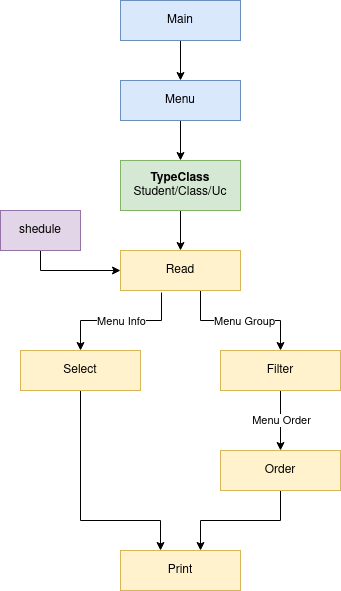
Above: uml.drawio.png in duardoliveiras/university-planner (draw.io), before the change. Source tidied: cells renumbered, new cells last; positions are measured from the earlier drawing's top-left corner, leaving out a move shared by most shapes.
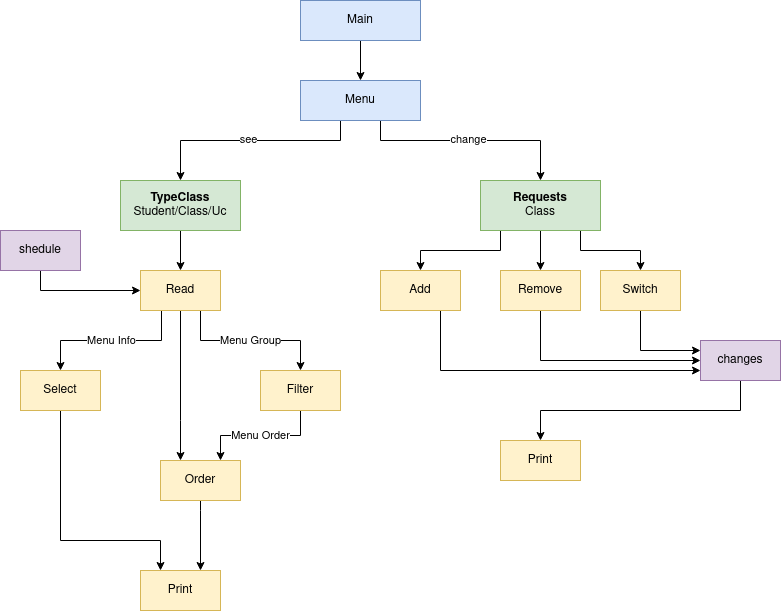
Above is the later version.

Change to the diagram source:
```diff
@@ -3,97 +3,199 @@
     <mxCell id="0" />
     <mxCell id="1" parent="0" />
     <mxCell id="2" style="edgeStyle=orthogonalEdgeStyle;rounded=0;jettySize=auto;html=1;" parent="1" edge="1" source="3" target="5">
-      <mxGeometry relative="1" as="geometry" />
+      <mxGeometry relative="1" as="geometry">
+        <Array as="points">
+          <mxPoint x="120" y="110" />
+          <mxPoint x="-40" y="110" />
+        </Array>
+      </mxGeometry>
     </mxCell>
+    <mxCell id="23" value="see" style="edgeLabel;html=1;align=center;verticalAlign=middle;" parent="2" vertex="1">
+      <mxGeometry x="0.25" y="1" relative="1" as="geometry">
+        <mxPoint x="25" y="-3" as="offset" />
+      </mxGeometry>
+    </mxCell>
+    <mxCell id="24" style="edgeStyle=orthogonalEdgeStyle;rounded=0;jettySize=auto;html=1;" parent="1" edge="1" source="3" target="30">
+      <mxGeometry relative="1" as="geometry">
+        <Array as="points">
+          <mxPoint x="160" y="110" />
+          <mxPoint x="320" y="110" />
+        </Array>
+      </mxGeometry>
+    </mxCell>
+    <mxCell id="25" value="change" style="edgeLabel;html=1;align=center;verticalAlign=middle;" parent="24" vertex="1">
+      <mxGeometry x="-0.33" y="4" relative="1" as="geometry">
+        <mxPoint x="33" y="2" as="offset" />
+      </mxGeometry>
+    </mxCell>
     <mxCell id="3" value="Menu" style="html=1;whiteSpace=wrap;fillColor=#dae8fc;strokeColor=#6c8ebf;" parent="1" vertex="1">
-      <mxGeometry x="120" y="80" width="120" height="40" as="geometry" />
+      <mxGeometry x="80" y="50" width="120" height="40" as="geometry" />
     </mxCell>
     <mxCell id="4" style="edgeStyle=orthogonalEdgeStyle;rounded=0;jettySize=auto;html=1;" parent="1" edge="1" source="5" target="10">
       <mxGeometry relative="1" as="geometry" />
     </mxCell>
     <mxCell id="5" value="&lt;div&gt;&lt;b&gt;TypeClass &lt;br&gt;&lt;/b&gt;&lt;/div&gt;&lt;div&gt;Student/Class/Uc&lt;br&gt;&lt;/div&gt;" style="html=1;whiteSpace=wrap;fillColor=#d5e8d4;strokeColor=#82b366;" parent="1" vertex="1">
-      <mxGeometry x="120" y="160" width="120" height="50" as="geometry" />
+      <mxGeometry x="-100" y="150" width="120" height="50" as="geometry" />
     </mxCell>
     <mxCell id="6" style="edgeStyle=orthogonalEdgeStyle;rounded=0;jettySize=auto;html=1;" parent="1" edge="1" source="10" target="13">
       <mxGeometry relative="1" as="geometry">
         <Array as="points">
-          <mxPoint x="200" y="320" />
-          <mxPoint x="280" y="320" />
+          <mxPoint x="-20" y="310" />
+          <mxPoint x="80" y="310" />
         </Array>
       </mxGeometry>
     </mxCell>
     <mxCell id="7" value="Menu Group" style="edgeLabel;html=1;align=center;verticalAlign=middle;" parent="6" vertex="1">
       <mxGeometry x="-0.21" y="-1" relative="1" as="geometry">
-        <mxPoint x="18" y="-1" as="offset" />
+        <mxPoint x="16" y="-2" as="offset" />
       </mxGeometry>
     </mxCell>
-    <mxCell id="8" style="edgeStyle=orthogonalEdgeStyle;rounded=0;jettySize=auto;html=1;exitX=0.342;exitY=1.05;exitDx=0;exitDy=0;exitPerimeter=0;" parent="1" edge="1" source="10" target="18">
+    <mxCell id="8" style="edgeStyle=orthogonalEdgeStyle;rounded=0;jettySize=auto;html=1;" parent="1" edge="1" source="10" target="18">
       <mxGeometry relative="1" as="geometry">
         <Array as="points">
-          <mxPoint x="161" y="320" />
-          <mxPoint x="80" y="320" />
+          <mxPoint x="-59" y="310" />
+          <mxPoint x="-160" y="310" />
         </Array>
       </mxGeometry>
     </mxCell>
     <mxCell id="9" value="&lt;div&gt;Menu Info&lt;br&gt;&lt;/div&gt;" style="edgeLabel;html=1;align=center;verticalAlign=middle;" parent="8" vertex="1">
       <mxGeometry x="0.04" relative="1" as="geometry">
-        <mxPoint x="3" as="offset" />
+        <mxPoint x="3" y="-1" as="offset" />
       </mxGeometry>
     </mxCell>
+    <mxCell id="26" style="edgeStyle=orthogonalEdgeStyle;rounded=0;jettySize=auto;html=1;" parent="1" edge="1" source="10" target="15">
+      <mxGeometry relative="1" as="geometry">
+        <Array as="points">
+          <mxPoint x="-40" y="390" />
+          <mxPoint x="-40" y="390" />
+        </Array>
+      </mxGeometry>
+    </mxCell>
     <mxCell id="10" value="Read" style="html=1;whiteSpace=wrap;fillColor=#fff2cc;strokeColor=#d6b656;" parent="1" vertex="1">
-      <mxGeometry x="120" y="250" width="120" height="40" as="geometry" />
+      <mxGeometry x="-80" y="240" width="80" height="40" as="geometry" />
     </mxCell>
     <mxCell id="11" style="edgeStyle=orthogonalEdgeStyle;rounded=0;jettySize=auto;html=1;" parent="1" edge="1" source="13" target="15">
-      <mxGeometry relative="1" as="geometry" />
+      <mxGeometry relative="1" as="geometry">
+        <Array as="points">
+          <mxPoint x="80" y="405" />
+          <mxPoint y="405" />
+        </Array>
+      </mxGeometry>
     </mxCell>
     <mxCell id="12" value="&lt;div&gt;Menu Order&lt;/div&gt;" style="edgeLabel;html=1;align=center;verticalAlign=middle;" parent="11" vertex="1">
       <mxGeometry x="0.2" relative="1" as="geometry">
-        <mxPoint y="-7" as="offset" />
+        <mxPoint x="12" y="-1" as="offset" />
       </mxGeometry>
     </mxCell>
     <mxCell id="13" value="&lt;div&gt;Filter&lt;/div&gt;" style="html=1;whiteSpace=wrap;fillColor=#fff2cc;strokeColor=#d6b656;" parent="1" vertex="1">
-      <mxGeometry x="220" y="350" width="120" height="40" as="geometry" />
+      <mxGeometry x="40" y="340" width="80" height="40" as="geometry" />
     </mxCell>
     <mxCell id="14" style="edgeStyle=orthogonalEdgeStyle;rounded=0;jettySize=auto;html=1;" parent="1" edge="1" source="15" target="16">
       <mxGeometry relative="1" as="geometry">
         <Array as="points">
-          <mxPoint x="280" y="520" />
-          <mxPoint x="200" y="520" />
+          <mxPoint x="-20" y="480" />
+          <mxPoint x="-20" y="480" />
         </Array>
       </mxGeometry>
     </mxCell>
     <mxCell id="15" value="Order" style="html=1;whiteSpace=wrap;fillColor=#fff2cc;strokeColor=#d6b656;" parent="1" vertex="1">
-      <mxGeometry x="220" y="450" width="120" height="40" as="geometry" />
+      <mxGeometry x="-60" y="430" width="80" height="40" as="geometry" />
     </mxCell>
     <mxCell id="16" value="&lt;div&gt;Print&lt;/div&gt;" style="html=1;whiteSpace=wrap;fillColor=#fff2cc;strokeColor=#d6b656;" parent="1" vertex="1">
-      <mxGeometry x="120" y="550" width="120" height="40" as="geometry" />
+      <mxGeometry x="-80" y="540" width="80" height="40" as="geometry" />
     </mxCell>
     <mxCell id="17" style="edgeStyle=orthogonalEdgeStyle;rounded=0;jettySize=auto;html=1;" parent="1" edge="1" source="18" target="16">
       <mxGeometry relative="1" as="geometry">
         <Array as="points">
-          <mxPoint x="80" y="520" />
-          <mxPoint x="160" y="520" />
+          <mxPoint x="-160" y="510" />
+          <mxPoint x="-60" y="510" />
         </Array>
       </mxGeometry>
     </mxCell>
     <mxCell id="18" value="Select" style="html=1;whiteSpace=wrap;fillColor=#fff2cc;strokeColor=#d6b656;" parent="1" vertex="1">
-      <mxGeometry x="20" y="350" width="120" height="40" as="geometry" />
+      <mxGeometry x="-200" y="340" width="80" height="40" as="geometry" />
     </mxCell>
     <mxCell id="19" style="edgeStyle=orthogonalEdgeStyle;rounded=0;jettySize=auto;html=1;" parent="1" edge="1" source="20" target="3">
       <mxGeometry relative="1" as="geometry" />
     </mxCell>
     <mxCell id="20" value="&lt;div&gt;Main&lt;/div&gt;" style="html=1;whiteSpace=wrap;fillColor=#dae8fc;strokeColor=#6c8ebf;" parent="1" vertex="1">
-      <mxGeometry x="120" width="120" height="40" as="geometry" />
+      <mxGeometry x="80" y="-30" width="120" height="40" as="geometry" />
     </mxCell>
     <mxCell id="21" style="edgeStyle=orthogonalEdgeStyle;rounded=0;jettySize=auto;html=1;" parent="1" edge="1" source="22" target="10">
       <mxGeometry relative="1" as="geometry">
         <Array as="points">
-          <mxPoint x="40" y="270" />
+          <mxPoint x="-180" y="260" />
         </Array>
       </mxGeometry>
     </mxCell>
     <mxCell id="22" value="&lt;div&gt;shedule&lt;br&gt;&lt;/div&gt;" style="html=1;whiteSpace=wrap;fillColor=#e1d5e7;strokeColor=#9673a6;" parent="1" vertex="1">
-      <mxGeometry y="210" width="80" height="40" as="geometry" />
+      <mxGeometry x="-220" y="200" width="80" height="40" as="geometry" />
     </mxCell>
+    <mxCell id="27" style="edgeStyle=orthogonalEdgeStyle;rounded=0;jettySize=auto;html=1;" parent="1" edge="1" source="30" target="32">
+      <mxGeometry relative="1" as="geometry">
+        <Array as="points">
+          <mxPoint x="280" y="220" />
+          <mxPoint x="200" y="220" />
+        </Array>
+      </mxGeometry>
+    </mxCell>
+    <mxCell id="28" style="edgeStyle=orthogonalEdgeStyle;rounded=0;jettySize=auto;html=1;" parent="1" edge="1" source="30" target="34">
+      <mxGeometry relative="1" as="geometry" />
+    </mxCell>
+    <mxCell id="29" style="edgeStyle=orthogonalEdgeStyle;rounded=0;jettySize=auto;html=1;" parent="1" edge="1" source="30" target="36">
+      <mxGeometry relative="1" as="geometry">
+        <Array as="points">
+          <mxPoint x="360" y="220" />
+          <mxPoint x="420" y="220" />
+        </Array>
+      </mxGeometry>
+    </mxCell>
+    <mxCell id="30" value="&lt;div&gt;&lt;b&gt;Requests&lt;br&gt;&lt;/b&gt;&lt;/div&gt;&lt;div&gt;Class&lt;br&gt;&lt;/div&gt;" style="html=1;whiteSpace=wrap;fillColor=#d5e8d4;strokeColor=#82b366;" parent="1" vertex="1">
+      <mxGeometry x="260" y="150" width="120" height="50" as="geometry" />
+    </mxCell>
+    <mxCell id="31" style="edgeStyle=orthogonalEdgeStyle;rounded=0;jettySize=auto;html=1;" parent="1" edge="1" source="32" target="38">
+      <mxGeometry relative="1" as="geometry">
+        <Array as="points">
+          <mxPoint x="220" y="340" />
+        </Array>
+      </mxGeometry>
+    </mxCell>
+    <mxCell id="32" value="Add" style="html=1;whiteSpace=wrap;fillColor=#fff2cc;strokeColor=#d6b656;" parent="1" vertex="1">
+      <mxGeometry x="160" y="240" width="80" height="40" as="geometry" />
+    </mxCell>
+    <mxCell id="33" style="edgeStyle=orthogonalEdgeStyle;rounded=0;jettySize=auto;html=1;" parent="1" edge="1" source="34" target="38">
+      <mxGeometry relative="1" as="geometry">
+        <Array as="points">
+          <mxPoint x="320" y="330" />
+        </Array>
+      </mxGeometry>
+    </mxCell>
+    <mxCell id="34" value="Remove" style="html=1;whiteSpace=wrap;fillColor=#fff2cc;strokeColor=#d6b656;" parent="1" vertex="1">
+      <mxGeometry x="280" y="240" width="80" height="40" as="geometry" />
+    </mxCell>
+    <mxCell id="35" style="edgeStyle=orthogonalEdgeStyle;rounded=0;jettySize=auto;html=1;" parent="1" edge="1" source="36" target="38">
+      <mxGeometry relative="1" as="geometry">
+        <Array as="points">
+          <mxPoint x="420" y="320" />
+        </Array>
+      </mxGeometry>
+    </mxCell>
+    <mxCell id="36" value="Switch" style="html=1;whiteSpace=wrap;fillColor=#fff2cc;strokeColor=#d6b656;" parent="1" vertex="1">
+      <mxGeometry x="380" y="240" width="80" height="40" as="geometry" />
+    </mxCell>
+    <mxCell id="37" style="edgeStyle=orthogonalEdgeStyle;rounded=0;jettySize=auto;html=1;" parent="1" edge="1" source="38" target="39">
+      <mxGeometry relative="1" as="geometry">
+        <Array as="points">
+          <mxPoint x="520" y="380" />
+          <mxPoint x="320" y="380" />
+        </Array>
+      </mxGeometry>
+    </mxCell>
+    <mxCell id="38" value="changes" style="html=1;whiteSpace=wrap;fillColor=#e1d5e7;strokeColor=#9673a6;" parent="1" vertex="1">
+      <mxGeometry x="480" y="310" width="80" height="40" as="geometry" />
+    </mxCell>
+    <mxCell id="39" value="&lt;div&gt;Print&lt;/div&gt;" style="html=1;whiteSpace=wrap;fillColor=#fff2cc;strokeColor=#d6b656;" parent="1" vertex="1">
+      <mxGeometry x="280" y="410" width="80" height="40" as="geometry" />
+    </mxCell>
   </root>
 </mxGraphModel>
```
